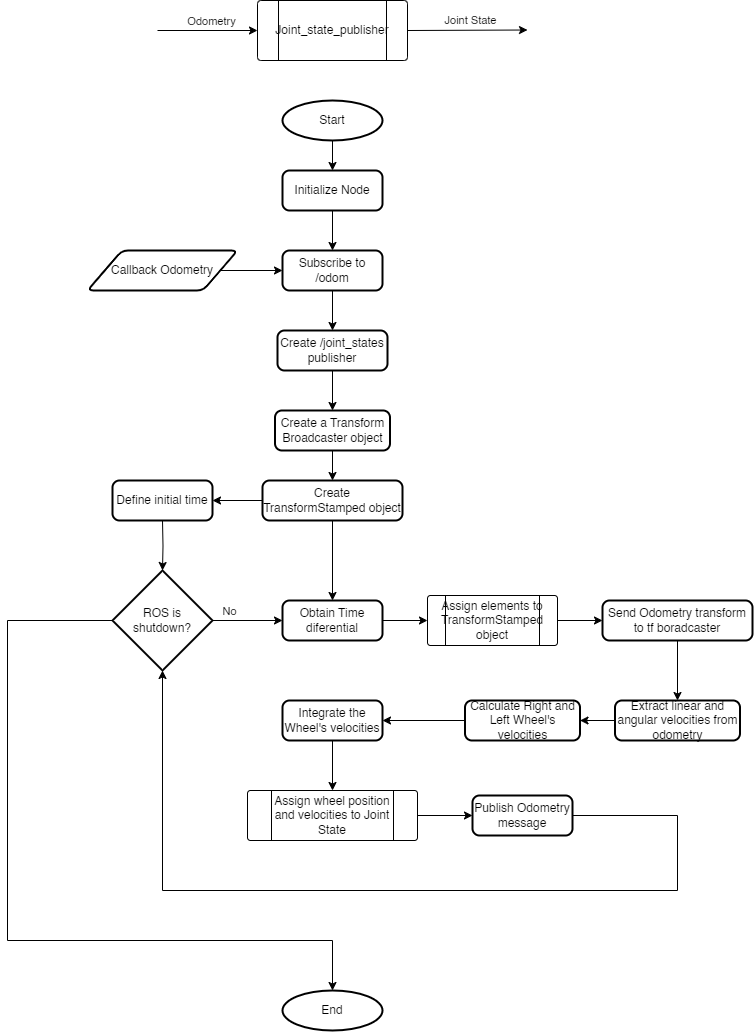
This is Images/MiniChallenge2-Stage_2_2_joint_State.drawio.png from DevasNAI/Electro-Horchatas-Autonomous-Challenge, a draw.io export, as it was before one commit. Source tidied: cells renumbered, new cells last; positions are measured from the earlier drawing's top-left corner, leaving out a move shared by most shapes.
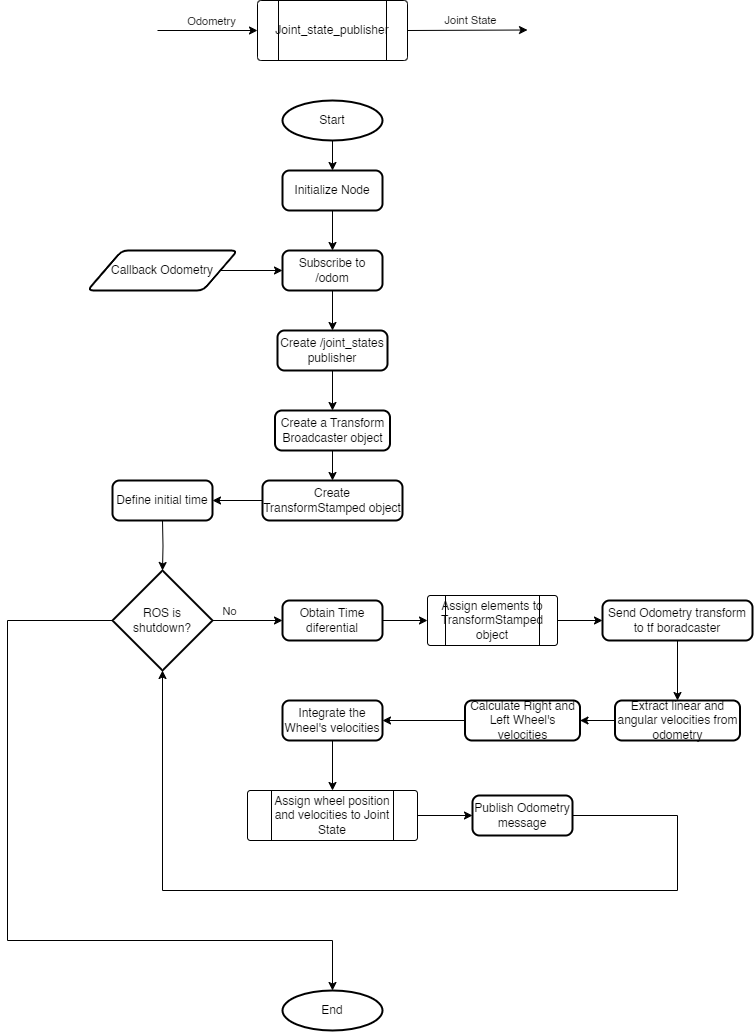
The same file after the commit.

Change to the diagram source:
```diff
@@ -26,9 +26,6 @@
     <mxCell id="9" style="edgeStyle=orthogonalEdgeStyle;rounded=0;jettySize=auto;html=1;" parent="1" edge="1" source="11" target="16">
       <mxGeometry relative="1" as="geometry" />
     </mxCell>
-    <mxCell id="10" style="edgeStyle=orthogonalEdgeStyle;rounded=0;jettySize=auto;html=1;" parent="1" edge="1" source="11" target="22">
-      <mxGeometry relative="1" as="geometry" />
-    </mxCell>
     <mxCell id="11" value="Create TransformStamped object" style="rounded=1;whiteSpace=wrap;html=1;absoluteArcSize=1;arcSize=14;strokeWidth=2;" parent="1" vertex="1">
       <mxGeometry x="255" y="480" width="140" height="40" as="geometry" />
     </mxCell>
```
